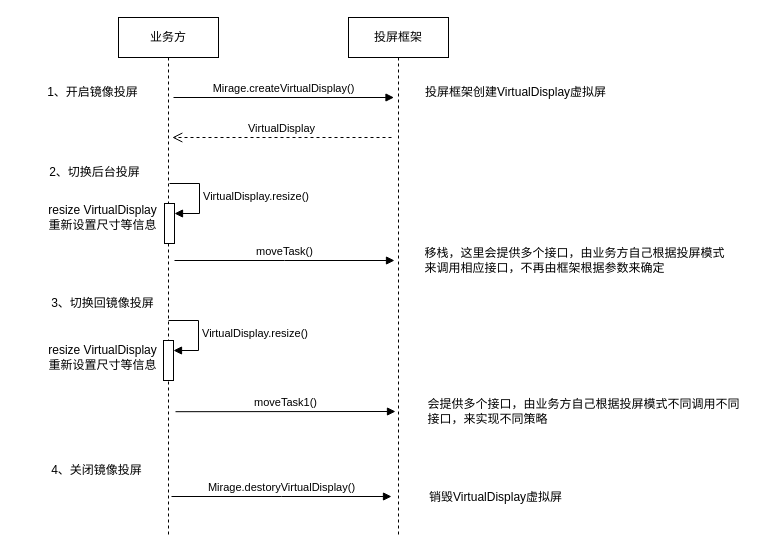
The draw.io diagram 新投屏方案交互图.drawio in jcj123/-, before the edit. Source tidied: cells renumbered, new cells numbered last; positions are measured from the earlier drawing's top-left corner, leaving out a move shared by most shapes. Both pictures are drawn from the tidied source at 100%, with x=0, y=0 at pixel (37, 17).
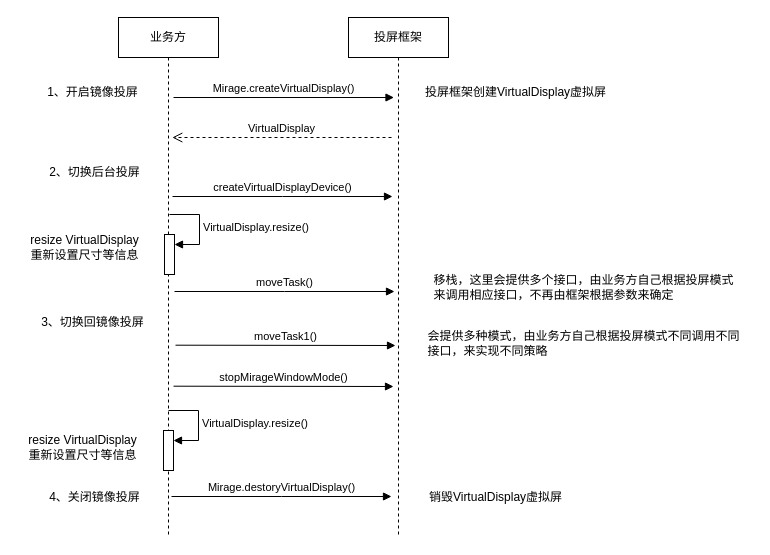
The same diagram, later.

Commit message:
更新新投屏方案交互图.drawio

Unchanged cells that the change refers to:
```xml
<mxCell id="2" value="业务方" style="shape=umlLifeline;perimeter=lifelinePerimeter;whiteSpace=wrap;html=1;newEdgeStyle={&quot;edgeStyle&quot;:&quot;elbowEdgeStyle&quot;,&quot;elbow&quot;:&quot;vertical&quot;,&quot;curved&quot;:0,&quot;rounded&quot;:0};" parent="1" vertex="1">
  <mxGeometry x="81" width="100" height="520" as="geometry" />
</mxCell>
```

Change to the diagram source:
```diff
@@
     <mxCell id="3" style="html=1;points=[];perimeter=orthogonalPerimeter;outlineConnect=0;targetShapes=umlLifeline;portConstraint=eastwest;newEdgeStyle={&quot;edgeStyle&quot;:&quot;elbowEdgeStyle&quot;,&quot;elbow&quot;:&quot;vertical&quot;,&quot;curved&quot;:0,&quot;rounded&quot;:0};" parent="2" vertex="1">
-      <mxGeometry x="46" y="186" width="10" height="40" as="geometry" />
+      <mxGeometry x="46" y="217" width="10" height="40" as="geometry" />
     </mxCell>
     <mxCell id="4" value="VirtualDisplay.resize()" style="html=1;align=left;spacingLeft=2;endArrow=block;rounded=0;edgeStyle=orthogonalEdgeStyle;curved=0;rounded=0;" parent="2" edge="1" target="3">
       <mxGeometry relative="1" as="geometry">
-        <mxPoint x="51" y="166" as="sourcePoint" />
+        <mxPoint x="51" y="197" as="sourcePoint" />
         <Array as="points">
-          <mxPoint x="81" y="196" />
+          <mxPoint x="81" y="227" />
         </Array>
       </mxGeometry>
     </mxCell>
     <mxCell id="5" style="html=1;points=[];perimeter=orthogonalPerimeter;outlineConnect=0;targetShapes=umlLifeline;portConstraint=eastwest;newEdgeStyle={&quot;edgeStyle&quot;:&quot;elbowEdgeStyle&quot;,&quot;elbow&quot;:&quot;vertical&quot;,&quot;curved&quot;:0,&quot;rounded&quot;:0};" parent="2" vertex="1">
-      <mxGeometry x="45" y="323" width="10" height="40" as="geometry" />
+      <mxGeometry x="45" y="413" width="10" height="40" as="geometry" />
     </mxCell>
     <mxCell id="6" value="VirtualDisplay.resize()" style="html=1;align=left;spacingLeft=2;endArrow=block;rounded=0;edgeStyle=orthogonalEdgeStyle;curved=0;rounded=0;" parent="2" edge="1" target="5">
       <mxGeometry relative="1" as="geometry">
-        <mxPoint x="50" y="303" as="sourcePoint" />
+        <mxPoint x="50" y="393" as="sourcePoint" />
         <Array as="points">
-          <mxPoint x="80" y="333" />
+          <mxPoint x="80" y="423" />
         </Array>
       </mxGeometry>
     </mxCell>
@@
     <mxCell id="12" value="moveTask()" style="html=1;verticalAlign=bottom;endArrow=block;edgeStyle=elbowEdgeStyle;elbow=vertical;curved=0;rounded=0;" parent="1" edge="1">
       <mxGeometry relative="1" as="geometry">
-        <mxPoint x="137" y="243" as="sourcePoint" />
-        <mxPoint x="357" y="243" as="targetPoint" />
+        <mxPoint x="137" y="274" as="sourcePoint" />
+        <mxPoint x="357" y="274" as="targetPoint" />
       </mxGeometry>
     </mxCell>
@@
     <mxCell id="14" value="&lt;div style=&quot;text-align: left;&quot;&gt;移栈，这里会提供多个接口，由业务方自己根据投屏模式&lt;/div&gt;&lt;div style=&quot;text-align: left;&quot;&gt;来调用相应接口，不再由框架根据参数来确定&lt;/div&gt;" style="text;html=1;align=center;verticalAlign=middle;strokeColor=none;fillColor=none;" parent="1" vertex="1">
-      <mxGeometry x="377" y="223" width="320" height="40" as="geometry" />
+      <mxGeometry x="386" y="250" width="320" height="40" as="geometry" />
     </mxCell>
     <mxCell id="15" value="3、切换回镜像投屏" style="text;html=1;align=center;verticalAlign=middle;strokeColor=none;fillColor=none;" parent="1" vertex="1">
-      <mxGeometry y="271" width="130" height="30" as="geometry" />
+      <mxGeometry x="-10" y="290" width="130" height="30" as="geometry" />
     </mxCell>
     <mxCell id="16" value="moveTask1()" style="html=1;verticalAlign=bottom;endArrow=block;edgeStyle=elbowEdgeStyle;elbow=vertical;curved=0;rounded=0;" parent="1" edge="1">
       <mxGeometry relative="1" as="geometry">
-        <mxPoint x="138" y="394.2" as="sourcePoint" />
-        <mxPoint x="358" y="394.2" as="targetPoint" />
+        <mxPoint x="138" y="327.7" as="sourcePoint" />
+        <mxPoint x="358" y="327.7" as="targetPoint" />
       </mxGeometry>
     </mxCell>
-    <mxCell id="17" value="&lt;div style=&quot;text-align: left;&quot;&gt;会提供多个接口，由业务方自己根据投屏模式不同调用不同&lt;/div&gt;&lt;div style=&quot;text-align: left;&quot;&gt;接口，来实现不同策略&lt;/div&gt;" style="text;html=1;align=center;verticalAlign=middle;strokeColor=none;fillColor=none;" parent="1" vertex="1">
-      <mxGeometry x="376" y="374" width="340" height="40" as="geometry" />
+    <mxCell id="17" value="&lt;div style=&quot;text-align: left;&quot;&gt;会提供多种模式，由业务方自己根据投屏模式不同调用不同&lt;/div&gt;&lt;div style=&quot;text-align: left;&quot;&gt;接口，来实现不同策略&lt;/div&gt;" style="text;html=1;align=center;verticalAlign=middle;strokeColor=none;fillColor=none;" parent="1" vertex="1">
+      <mxGeometry x="376" y="306" width="340" height="40" as="geometry" />
     </mxCell>
     <mxCell id="18" value="resize VirtualDisplay&lt;br&gt;重新设置尺寸等信息" style="text;html=1;align=center;verticalAlign=middle;strokeColor=none;fillColor=none;" parent="1" vertex="1">
-      <mxGeometry y="180" width="130" height="40" as="geometry" />
+      <mxGeometry x="-18" y="210" width="130" height="40" as="geometry" />
     </mxCell>
     <mxCell id="19" value="4、关闭镜像投屏" style="text;html=1;align=center;verticalAlign=middle;strokeColor=none;fillColor=none;" parent="1" vertex="1">
-      <mxGeometry x="4" y="438" width="110" height="30" as="geometry" />
+      <mxGeometry x="2" y="465" width="110" height="30" as="geometry" />
     </mxCell>
@@
     <mxCell id="21" value="resize VirtualDisplay&lt;br&gt;重新设置尺寸等信息" style="text;html=1;align=center;verticalAlign=middle;strokeColor=none;fillColor=none;" parent="1" vertex="1">
-      <mxGeometry y="320" width="130" height="40" as="geometry" />
+      <mxGeometry x="-20" y="410" width="130" height="40" as="geometry" />
     </mxCell>
@@
+    <mxCell id="23" value="stopMirageWindowMode()" style="html=1;verticalAlign=bottom;endArrow=block;edgeStyle=elbowEdgeStyle;elbow=vertical;curved=0;rounded=0;" parent="1" edge="1">
+      <mxGeometry relative="1" as="geometry">
+        <mxPoint x="136" y="368.7" as="sourcePoint" />
+        <mxPoint x="356" y="368.7" as="targetPoint" />
+      </mxGeometry>
+    </mxCell>
+    <mxCell id="24" value="createVirtualDisplayDevice()" style="html=1;verticalAlign=bottom;endArrow=block;edgeStyle=elbowEdgeStyle;elbow=vertical;curved=0;rounded=0;" parent="1" edge="1">
+      <mxGeometry relative="1" as="geometry">
+        <mxPoint x="135" y="179" as="sourcePoint" />
+        <mxPoint x="355" y="179" as="targetPoint" />
+      </mxGeometry>
+    </mxCell>
```
